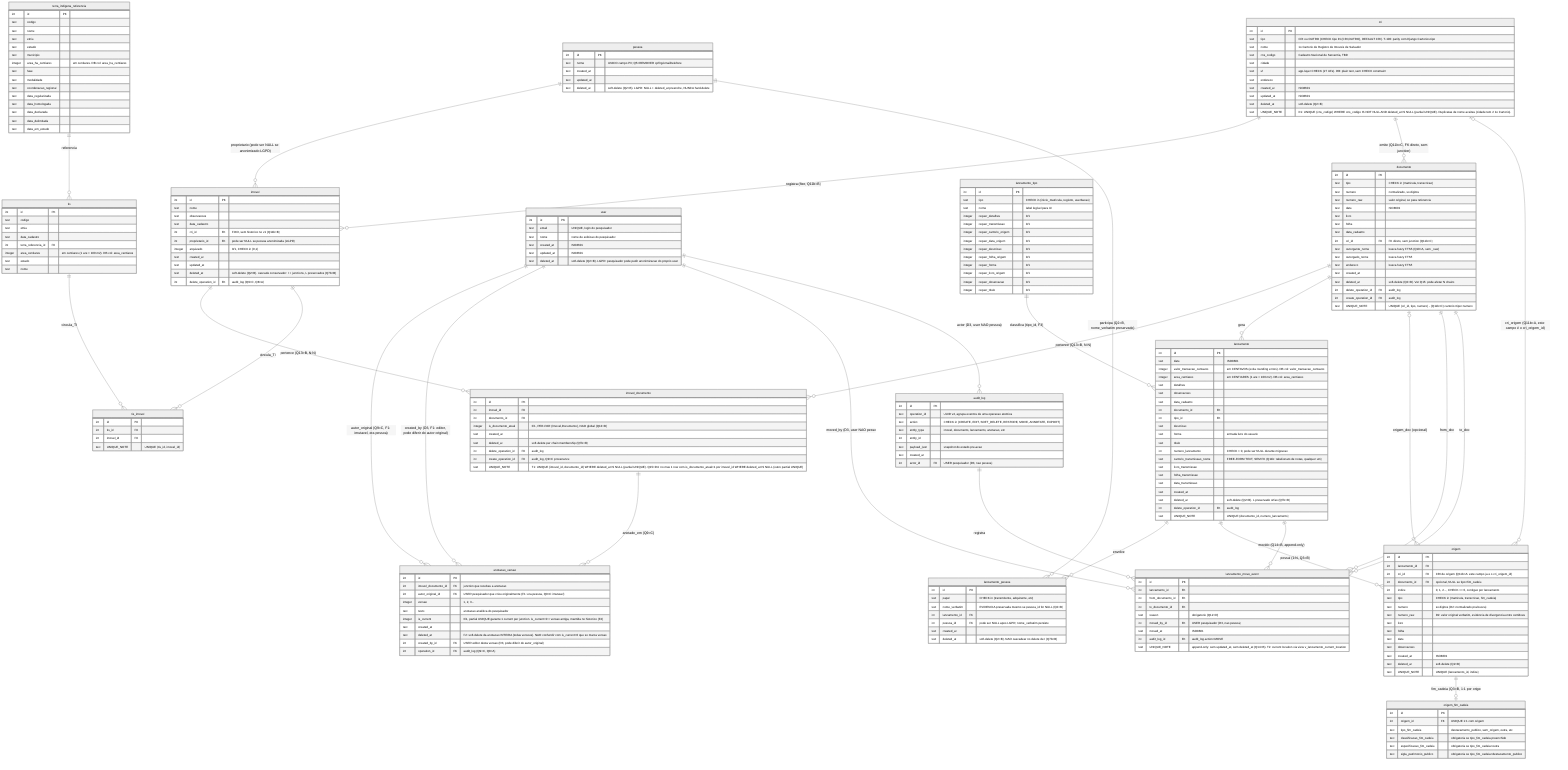
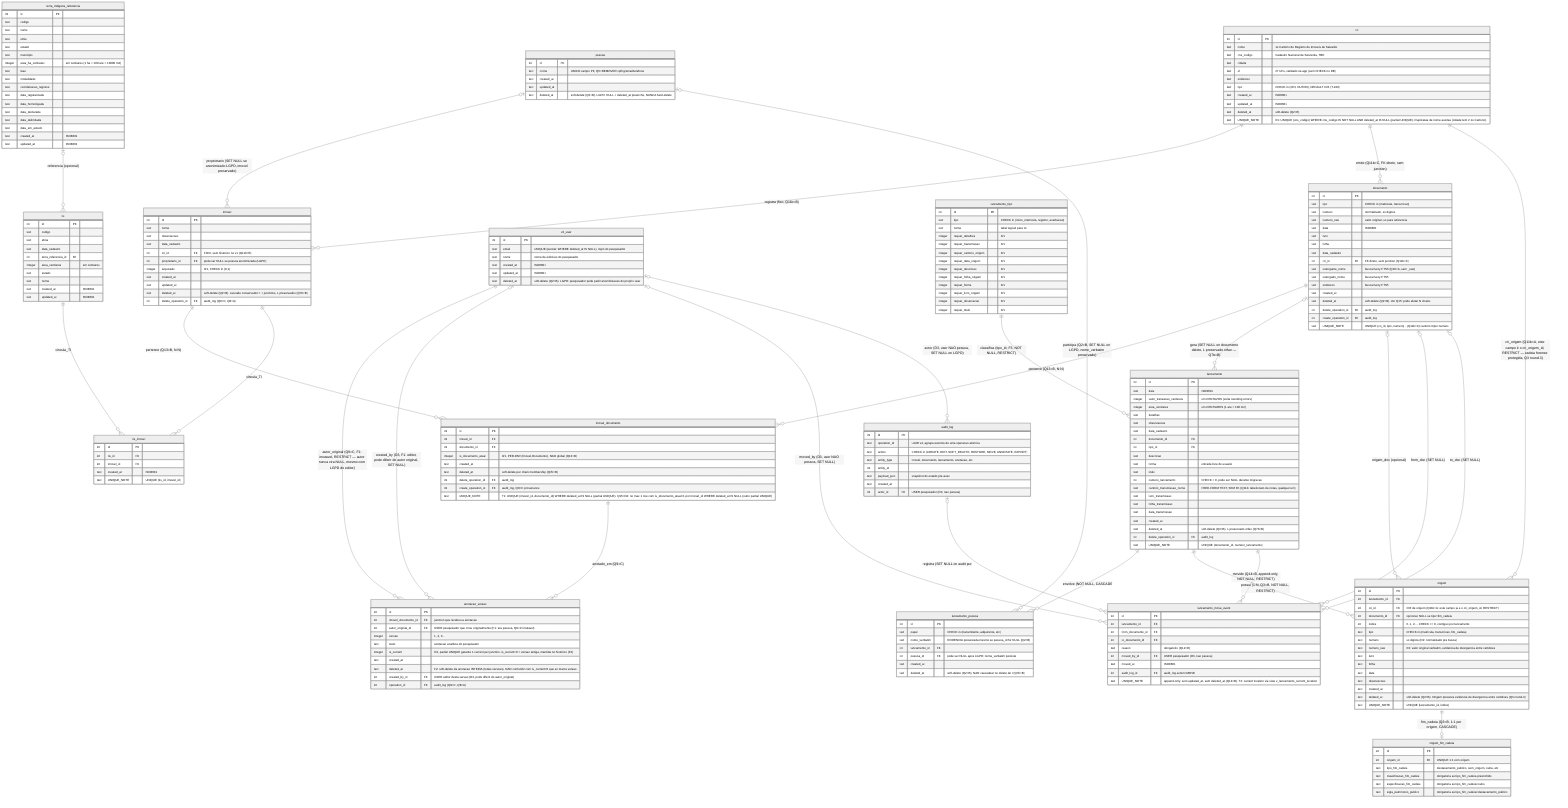
%%{init: {"theme":"neutral","er":{"layoutDirection":"LR","minEntityWidth":180,"minEntityHeight":90,"entityPadding":12},"themeVariables":{"fontSize":"12px"}}}%%
%% ERD v2 — Cadeia Dominial
%% Decisões: ver docs/db/SCHEMA_DECISOES_PENDENTES.md (Q1-Q15, Q11b, D1-D4, T1-T4)
%% Convenções SQLite/D1: TEXT ISO8601 p/ datas, INTEGER 0/1 p/ bool, INTEGER centavos p/ money
%% CHECK constraints vão via migration Drizzle (Mermaid interpreta -- e | em comentários)
%% Soft-delete: deleted_at TEXT NULL em todas as tabelas relevantes (Q2=B)
+ %% Nomes de entidade no .mmd vs SQL: a entidade `v2_user` é a tabela `v2_user` (pesquisador).
+ %%   Há também uma tabela scaffold `users` (auth JWT) em schema.ts que NÃO aparece neste ERD de domínio.
%% ============================================================================
- %% ⚠️ T4 — Mermaid NÃO é schema. UNIQUE_NOTE é só documentação visual.
- %%    A versão canônica é a Drizzle migration (T-101). Partial UNIQUE indexes
- %%    (`WHERE deleted_at IS NULL`), CHECK constraints, FTS5 sync triggers,
- %%    e a view v_lancamento_current_location (T2) NÃO aparecem no .mmd —
- %%    aplicar via migration Drizzle + SQL DDL.
+ %% ⚠️ T4 — Mermaid NAO e schema. UNIQUE_NOTE e so documentacao visual.
+ %%    A versao canonica e a Drizzle migration (T-101). Partial UNIQUE indexes
+ %%    (`WHERE deleted_at IS NULL`), CHECK constraints, e views
+ %%    (`v_lancamento_current_location`, `v_documento_orfao`) NAO aparecem no .mmd
+ %%    — aplicar via migration Drizzle + SQL DDL.
+ %%    FTS5 sync triggers sao tarefa futura (nao implementados em T-101).
%% ============================================================================
erDiagram
    cri ||--o{ imovel : "registra (fixo, Q11b=B)"
    cri ||--o{ documento : "emite (Q11b=C, FK direto, sem junction)"
    imovel ||--o{ imovel_documento : "pertence (Q13=B, N:N)"
    documento ||--o{ imovel_documento : "pertence (Q13=B, N:N)"
    imovel_documento ||--o{ anotacao_versao : "anotado_em (Q9=C)"
-     user ||--o{ anotacao_versao : "autor_original (Q9=C, F1: imutavel, era pessoa)"
-     user ||--o{ anotacao_versao : "created_by (D3, F1: editor, pode diferir do autor original)"
-     user ||--o{ lancamento_move_event : "moved_by (D3, user NAO pessoa)"
-     user ||--o{ audit_log : "actor (D3, user NAO pessoa)"
-     pessoa ||--o{ imovel : "proprietario (pode ser NULL se anonimizado LGPD)"
-     pessoa ||--o{ lancamento_pessoa : "participa (Q2=B, nome_verbatim preservado)"
-     lancamento ||--o{ lancamento_pessoa : "envolve"
-     lancamento_tipo ||--o{ lancamento : "classifica (tipo_id, F3)"
-     documento ||--o{ lancamento : "gera"
+     v2_user ||--o{ anotacao_versao : "autor_original (Q9=C, F1: imutavel, RESTRICT — autor nunca vira NULL, mesmo com LGPD do editor)"
+     v2_user o|--o{ anotacao_versao : "created_by (D3, F1: editor, pode diferir do autor original, SET NULL)"
+     v2_user o|--o{ lancamento_move_event : "moved_by (D3, user NAO pessoa, SET NULL)"
+     v2_user o|--o{ audit_log : "actor (D3, user NAO pessoa, SET NULL on LGPD)"
+     pessoa o|--o{ imovel : "proprietario (SET NULL se anonimizado LGPD, imovel preservado)"
+     pessoa o|--o{ lancamento_pessoa : "participa (Q2=B, SET NULL on LGPD, nome_verbatim preservado)"
+     lancamento ||--o{ lancamento_pessoa : "envolve (NOT NULL, CASCADE)"
+     lancamento_tipo ||--o{ lancamento : "classifica (tipo_id, F3, NOT NULL, RESTRICT)"
+     documento o|--o{ lancamento : "gera (SET NULL on documento delete, L preservado orfao — Q7b=B)"
    documento o|--o{ origem : "origem_doc (opcional)"
-     lancamento ||--o{ origem : "possui (1:N, Q3=B)"
-     origem ||--o| origem_fim_cadeia : "fim_cadeia (Q3=B, 1:1 por origem)"
-     cri o|--o{ origem : "cri_origem (Q11b=A, este campo é o cri_origem_id)"
-     lancamento ||--o{ lancamento_move_event : "movido (Q14=B, append-only)"
-     documento ||--o{ lancamento_move_event : "from_doc"
-     documento ||--o{ lancamento_move_event : "to_doc"
-     audit_log ||--o{ lancamento_move_event : "registra"
+     lancamento ||--o{ origem : "possui (1:N, Q3=B, NOT NULL, RESTRICT)"
+     origem ||--o| origem_fim_cadeia : "fim_cadeia (Q3=B, 1:1 por origem, CASCADE)"
+     cri ||--o{ origem : "cri_origem (Q11b=A, este campo é o cri_origem_id, RESTRICT — cadeia forense protegida, Q3 round-3)"
+     lancamento ||--o{ lancamento_move_event : "movido (Q14=B, append-only, NOT NULL, RESTRICT)"
+     documento o|--o{ lancamento_move_event : "from_doc (SET NULL)"
+     documento o|--o{ lancamento_move_event : "to_doc (SET NULL)"
+     audit_log o|--o{ lancamento_move_event : "registra (SET NULL on audit purge)"
    imovel ||--o{ tis_imovel : "vincula_TI"
    tis ||--o{ tis_imovel : "vincula_TI"
-     terra_indigena_referencia ||--o{ tis : "referencia"
+     terra_indigena_referencia o|--o{ tis : "referencia (opcional)"

    cri {
        int id PK
-         text tipo "CRI ou OUTRO (CHECK tipo IN (CRI,OUTRO), DEFAULT CRI). T-100: parity com Django Cartorios.tipo"
        text nome "1o Cartorio de Registro de Imoveis de Salvador"
        text cns_codigo "Cadastro Nacional de Serventia, TBD"
        text cidade
-         text uf "app-layer CHECK (27 UFs). DB: plain text, sem CHECK constraint"
+         text uf "27 UFs, validado na app (sem CHECK no DB)"
        text endereco
+         text tipo "CHECK in (CRI, OUTRO), DEFAULT CRI (T-100)"
        text created_at "ISO8601"
        text updated_at "ISO8601"
        text deleted_at "soft-delete (Q2=B)"
        text UNIQUE_NOTE "D1: UNIQUE (cns_codigo) WHERE cns_codigo IS NOT NULL AND deleted_at IS NULL (partial UNIQUE). Duplicatas de nome aceitas (cidade tem 2 1o Cartorio)."
    }

-     user {
-         int id PK
-         text email "UNIQUE, login do pesquisador"
+     v2_user {
+         int id PK
+         text email "UNIQUE (parcial: WHERE deleted_at IS NULL), login do pesquisador"
        text nome "nome de exibicao do pesquisador"
        text created_at "ISO8601"
        text updated_at "ISO8601"
        text deleted_at "soft-delete (Q2=B). LGPD: pesquisador pode pedir anonimizacao do proprio user"
    }

    pessoa {
        int id PK
        text nome "UNICO campo PII; Q5=REMOVER cpf/rg/email/telefone"
        text created_at
        text updated_at
        text deleted_at "soft-delete (Q2=B). LGPD: NULL + deleted_at preenche, NUNCA hard-delete"
    }

    imovel {
        int id PK
        text nome
        text observacoes
        text data_cadastro
        int cri_id FK "FIXO, sem historico no v1 (Q11b=B)"
        int proprietario_id FK "pode ser NULL se pessoa anonimizada (LGPD)"
        integer arquivado "0/1, CHECK in (0,1)"
        text created_at
        text updated_at
        text deleted_at "soft-delete (Q2=B). cascade conservador: I + junctions, L preservados (Q7b=B)"
        int delete_operation_id FK "audit_log (Q9=C, Q8=A)"
    }

    imovel_documento {
        int id PK
        int imovel_id FK
        int documento_id FK
        integer is_documento_atual "0/1, PER-PAR (Imovel,Documento), NAO global (Q13=B)"
        text created_at
        text deleted_at "soft-delete per chain membership (Q7b=B)"
        int delete_operation_id FK "audit_log"
        int create_operation_id FK "audit_log, Q9=C provenance"
        text UNIQUE_NOTE "T1: UNIQUE (imovel_id, documento_id) WHERE deleted_at IS NULL (partial UNIQUE). Q15=D4: no max 1 row com is_documento_atual=1 por imovel_id WHERE deleted_at IS NULL (outro partial UNIQUE)"
    }

    documento {
        int id PK
        text tipo "CHECK in (matricula, transcricao)"
        text numero "normalizado, so digitos"
        text numero_raw "valor original, so para referencia"
        text data "ISO8601"
        text livro
        text folha
        text data_cadastro
        int cri_id FK "FK direto, sem junction (Q11b=C)"
        text outorgante_nome "busca fuzzy FTS5 (Q10=A, sem _raw)"
        text outorgado_nome "busca fuzzy FTS5"
        text endereco "busca fuzzy FTS5"
        text created_at
        text deleted_at "soft-delete (Q2=B). Ver Q15: pode afetar N chains"
        int delete_operation_id FK "audit_log"
        int create_operation_id FK "audit_log"
        text UNIQUE_NOTE "UNIQUE (cri_id, tipo, numero) - (Q11b=C) cartorio+tipo+numero"
    }

    lancamento_tipo {
        int id PK
        text tipo "CHECK in (inicio_matricula, registro, averbacao)"
        text nome "label legivel para UI"
        integer requer_detalhes "0/1"
        integer requer_transmissao "0/1"
        integer requer_cartorio_origem "0/1"
        integer requer_data_origem "0/1"
        integer requer_descricao "0/1"
        integer requer_folha_origem "0/1"
        integer requer_forma "0/1"
        integer requer_livro_origem "0/1"
        integer requer_observacao "0/1"
        integer requer_titulo "0/1"
    }

    lancamento {
        int id PK
        text data "ISO8601"
-         integer valor_transacao_centavos "em CENTAVOS (evita rounding errors). DB col: valor_transacao_centavos"
-         integer area_centiares "em CENTIARES (1 are = 100 m2). DB col: area_centiares"
+         integer valor_transacao_centavos "em CENTAVOS (evita rounding errors)"
+         integer area_centiares "em CENTIARES (1 are = 100 m2)"
        text detalhes
        text observacoes
        text data_cadastro
        int documento_id FK
        int tipo_id FK
        text descricao
        text forma "entrada livre do usuario"
        text titulo
        int numero_lancamento "CHECK > 0, pode ser NULL durante migracao"
        text cartorio_transmissao_nome "FREE-FORM TEXT, SEM FK (Q11b: tabelionato de notas, qualquer um)"
        text livro_transmissao
        text folha_transmissao
        text data_transmissao
        text created_at
        text deleted_at "soft-delete (Q2=B). L preservado orfao (Q7b=B)"
        int delete_operation_id FK "audit_log"
        text UNIQUE_NOTE "UNIQUE (documento_id, numero_lancamento)"
    }

    lancamento_pessoa {
        int id PK
        text papel "CHECK in (transmitente, adquirente, etc)"
        text nome_verbatim "EVIDENCIA preservada mesmo se pessoa_id for NULL (Q2=B)"
        int lancamento_id FK
        int pessoa_id FK "pode ser NULL apos LGPD; nome_verbatim persiste"
        text created_at
        text deleted_at "soft-delete (Q2=B). NAO cascadear no delete de I (Q7b=B)"
    }

    origem {
        int id PK
        int lancamento_id FK
-         int cri_id FK "CRI de origem (Q11b=A: este campo ja e o cri_origem_id)"
+         int cri_id FK "CRI de origem (Q11b=A: este campo ja e o cri_origem_id, RESTRICT)"
        int documento_id FK "opcional, NULL se tipo=fim_cadeia"
        int indice "0, 1, 2..., CHECK >= 0, contiguo por lancamento"
        text tipo "CHECK in (matricula, transcricao, fim_cadeia)"
        text numero "so digitos (D2: normalizado pra busca)"
        text numero_raw "D2: valor original verbatim, evidencia de divergencia entre certidoes"
        text livro
        text folha
        text data
        text observacoes
-         text created_at "ISO8601"
-         text deleted_at "soft-delete (Q2=B)"
+         text created_at
+         text deleted_at "soft-delete (Q2=B). Origem preserva evidencia de divergencia entre certidoes (Q3 round-3)"
        text UNIQUE_NOTE "UNIQUE (lancamento_id, indice)"
    }

    origem_fim_cadeia {
        int id PK
        int origem_id FK "UNIQUE 1:1 com origem"
        text tipo_fim_cadeia "destacamento_publico, sem_origem, outra, etc"
        text classificacao_fim_cadeia "obrigatoria se tipo_fim_cadeia preenchido"
        text especificacao_fim_cadeia "obrigatoria se tipo_fim_cadeia=outra"
        text sigla_patrimonio_publico "obrigatoria se tipo_fim_cadeia=destacamento_publico"
    }

    anotacao_versao {
        int id PK
        int imovel_documento_id FK "junction que recebeu a anotacao"
        int autor_original_id FK "USER pesquisador que criou originalmente (F1: era pessoa, Q9=C imutavel)"
        integer versao "1, 2, 3..."
        text texto "anotacao analitica do pesquisador"
        integer is_current "0/1, partial UNIQUE garante 1 current per junction. is_current=0 = versao antiga, mantida no historico (F2)"
        text created_at
        text deleted_at "F2: soft-delete da anotacao INTEIRA (todas versoes). NAO confundir com is_current=0 que so marca versao"
        int created_by_id FK "USER editor desta versao (D3, pode diferir do autor_original)"
        int operation_id FK "audit_log (Q9=C, Q8=A)"
    }

    lancamento_move_event {
        int id PK
        int lancamento_id FK
        int from_documento_id FK
        int to_documento_id FK
        text reason "obrigatorio (Q12=D)"
        int moved_by_id FK "USER pesquisador (D3, nao pessoa)"
        text moved_at "ISO8601"
        int audit_log_id FK "audit_log.action=MOVE"
        text UNIQUE_NOTE "append-only: sem updated_at, sem deleted_at (Q14=B). T2: current location via view v_lancamento_current_location"
    }

    audit_log {
        int id PK
        text operation_id "UUID v4, agrupa eventos de uma operacao atomica"
        text action "CHECK in (CREATE, EDIT, SOFT_DELETE, RESTORE, MOVE, ANNOTATE, EXPORT)"
        text entity_type "imovel, documento, lancamento, anotacao, etc"
        int entity_id
        text payload_json "snapshot do estado pre-acao"
        text created_at
        int actor_id FK "USER pesquisador (D3, nao pessoa)"
    }

    tis {
        int id PK
        text codigo
        text etnia
        text data_cadastro
        int terra_referencia_id FK
-         integer area_centiares "em centiares (1 are = 100 m2). DB col: area_centiares"
+         integer area_centiares "em centiares"
        text estado
        text nome
+         text created_at "ISO8601"
+         text updated_at "ISO8601"
    }

    tis_imovel {
        int id PK
        int tis_id FK
        int imovel_id FK
+         text created_at "ISO8601"
        text UNIQUE_NOTE "UNIQUE (tis_id, imovel_id)"
    }

    terra_indigena_referencia {
        int id PK
        text codigo
        text nome
        text etnia
        text estado
        text municipio
-         integer area_ha_centiares "em centiares. DB col: area_ha_centiares"
+         integer area_ha_centiares "em centiares (1 ha = 100 are = 10000 m2)"
        text fase
        text modalidade
        text coordenacao_regional
        text data_regularizada
        text data_homologada
        text data_declarada
        text data_delimitada
        text data_em_estudo
-     }
+         text created_at "ISO8601"
+         text updated_at "ISO8601"
+     }
